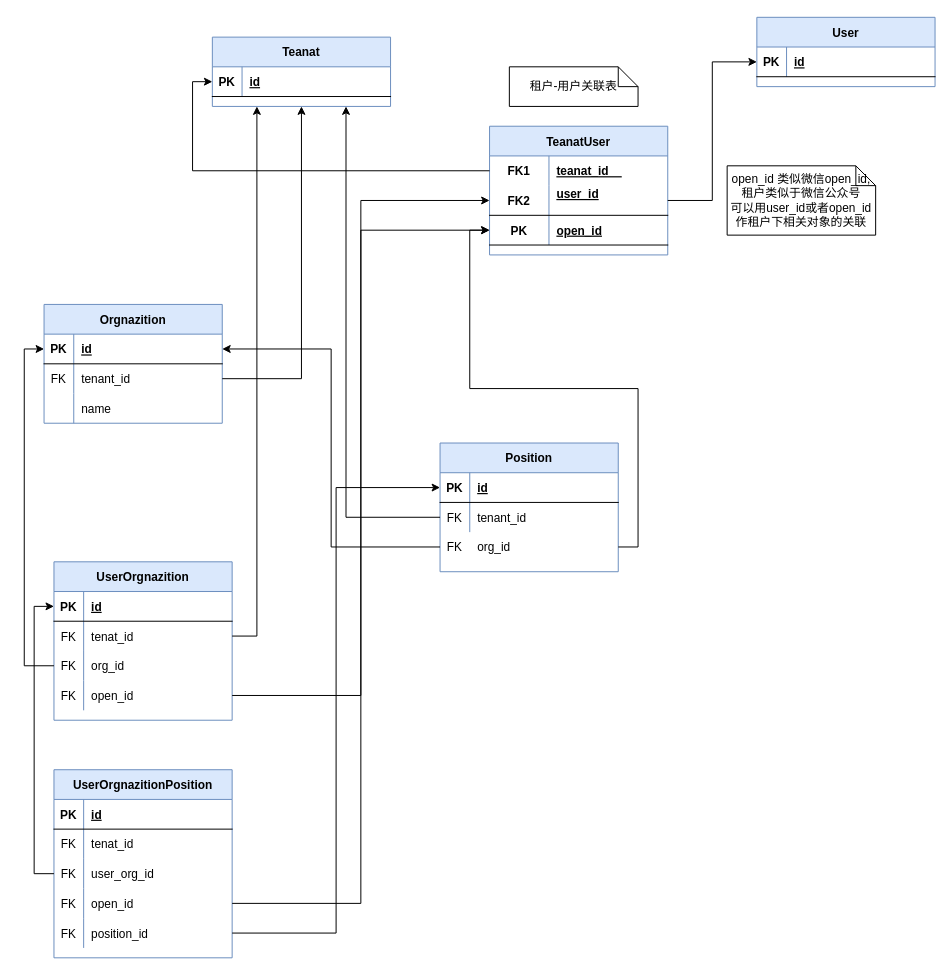
wupanwei/draft keeps this draw.io diagram as page "erd" (2 of 3) of Untitled Diagram.drawio. Above is the earlier version. Source tidied: cells renumbered, new cells numbered last; positions are measured from the earlier drawing's top-left corner, leaving out a move shared by most shapes. Both pictures are drawn from the tidied source at 99%, with x=0, y=0 at pixel (44, 17).
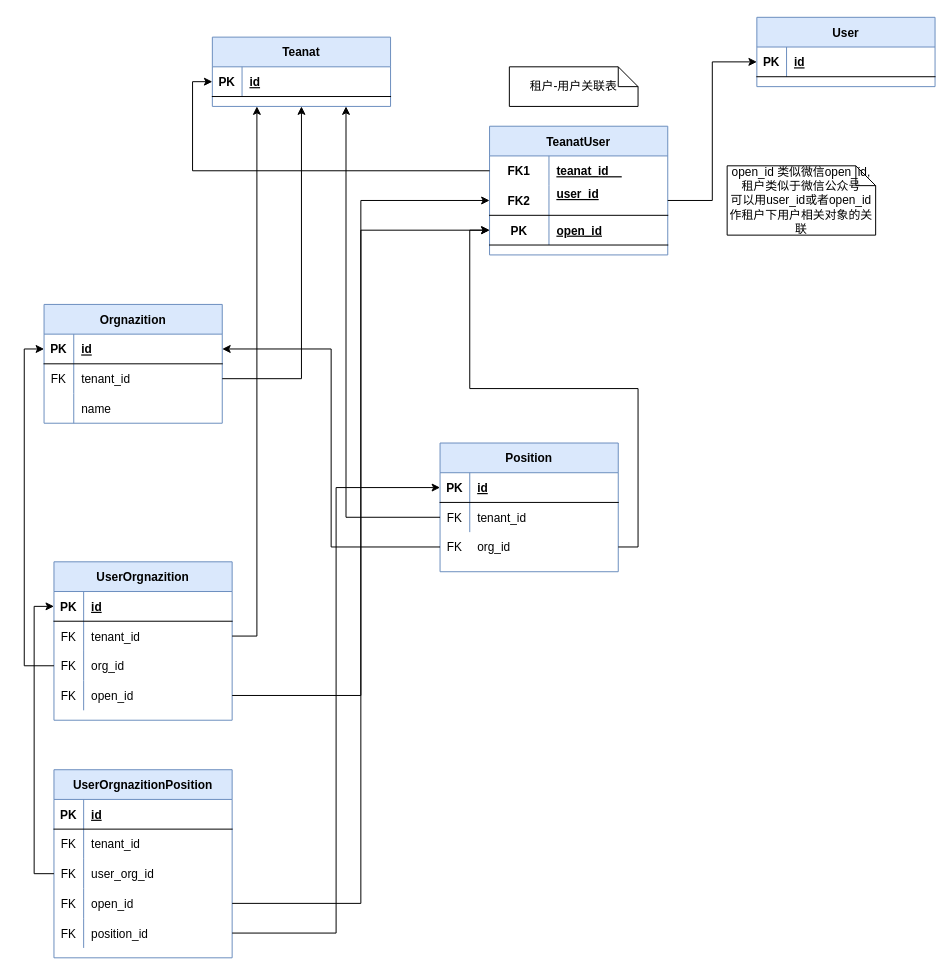
After the change.

The change refers to these unchanged cells:
```xml
<mxCell id="48" style="shape=tableRow;horizontal=0;startSize=0;swimlaneHead=0;swimlaneBody=0;fillColor=none;points=[[0,0.5],[1,0.5]];portConstraint=eastwest;top=0;left=0;right=0;bottom=0;" parent="44" vertex="1">
  <mxGeometry y="60" width="180" height="30" as="geometry" />
</mxCell>
<mxCell id="73" style="shape=tableRow;horizontal=0;startSize=0;swimlaneHead=0;swimlaneBody=0;fillColor=none;top=0;left=0;right=0;bottom=0;" parent="69" vertex="1">
  <mxGeometry y="60" width="180" height="30" as="geometry" />
</mxCell>
```

Change to the diagram source:
```diff
@@
-    <mxCell id="43" value="open_id 类似微信open_id,租户类似于微信公众号&lt;br&gt;可以用user_id或者open_id作租户下相关对象的关联" style="shape=note;size=20;whiteSpace=wrap;html=1;" parent="1" vertex="1">
+    <mxCell id="43" value="open_id 类似微信open_id,租户类似于微信公众号&lt;br&gt;可以用user_id或者open_id作租户下用户相关对象的关联" style="shape=note;size=20;whiteSpace=wrap;html=1;" parent="1" vertex="1">
       <mxGeometry x="690" y="150" width="150" height="70" as="geometry" />
     </mxCell>
@@
-    <mxCell id="50" value="tenat_id" style="shape=partialRectangle;fillColor=none;top=0;left=0;bottom=0;right=0;align=left;spacingLeft=6;overflow=hidden;" parent="48" vertex="1">
+    <mxCell id="50" value="tenant_id" style="shape=partialRectangle;fillColor=none;top=0;left=0;bottom=0;right=0;align=left;spacingLeft=6;overflow=hidden;" parent="48" vertex="1">
       <mxGeometry x="30" width="150" height="30" as="geometry" />
     </mxCell>
@@
-    <mxCell id="75" value="tenat_id" style="shape=partialRectangle;fillColor=none;top=0;left=0;bottom=0;right=0;align=left;spacingLeft=6;overflow=hidden;" parent="73" vertex="1">
+    <mxCell id="75" value="tenant_id" style="shape=partialRectangle;fillColor=none;top=0;left=0;bottom=0;right=0;align=left;spacingLeft=6;overflow=hidden;" parent="73" vertex="1">
       <mxGeometry x="30" width="150" height="30" as="geometry" />
     </mxCell>
```
